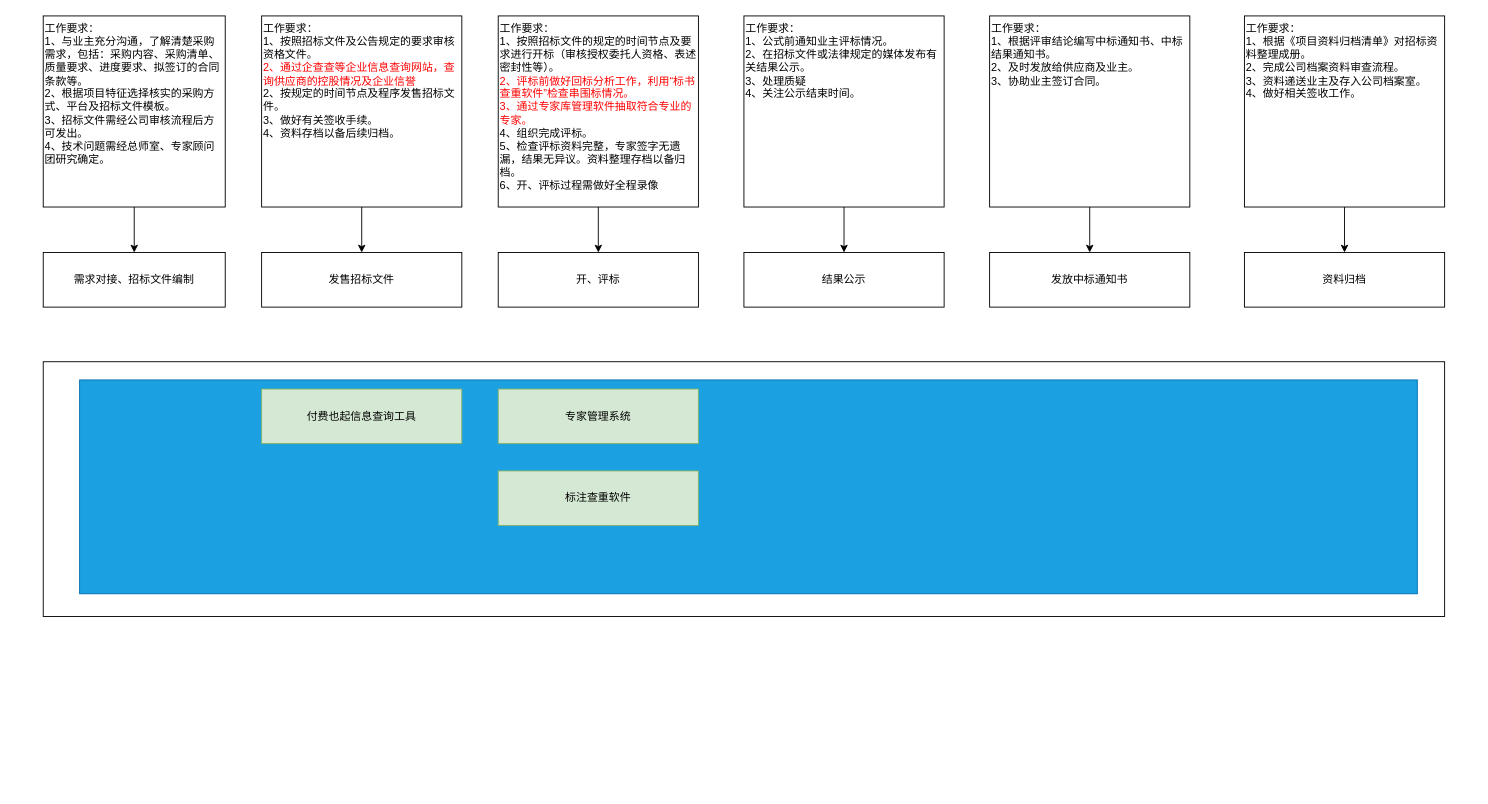
The draw.io diagram 控控图.drawio in 26awen/drawiofiles, before the edit. Source tidied: cells renumbered, new cells numbered last; positions are measured from the earlier drawing's top-left corner, leaving out a move shared by most shapes. Both pictures are drawn from the tidied source at 91%, with x=0, y=0 at pixel (43, 15).
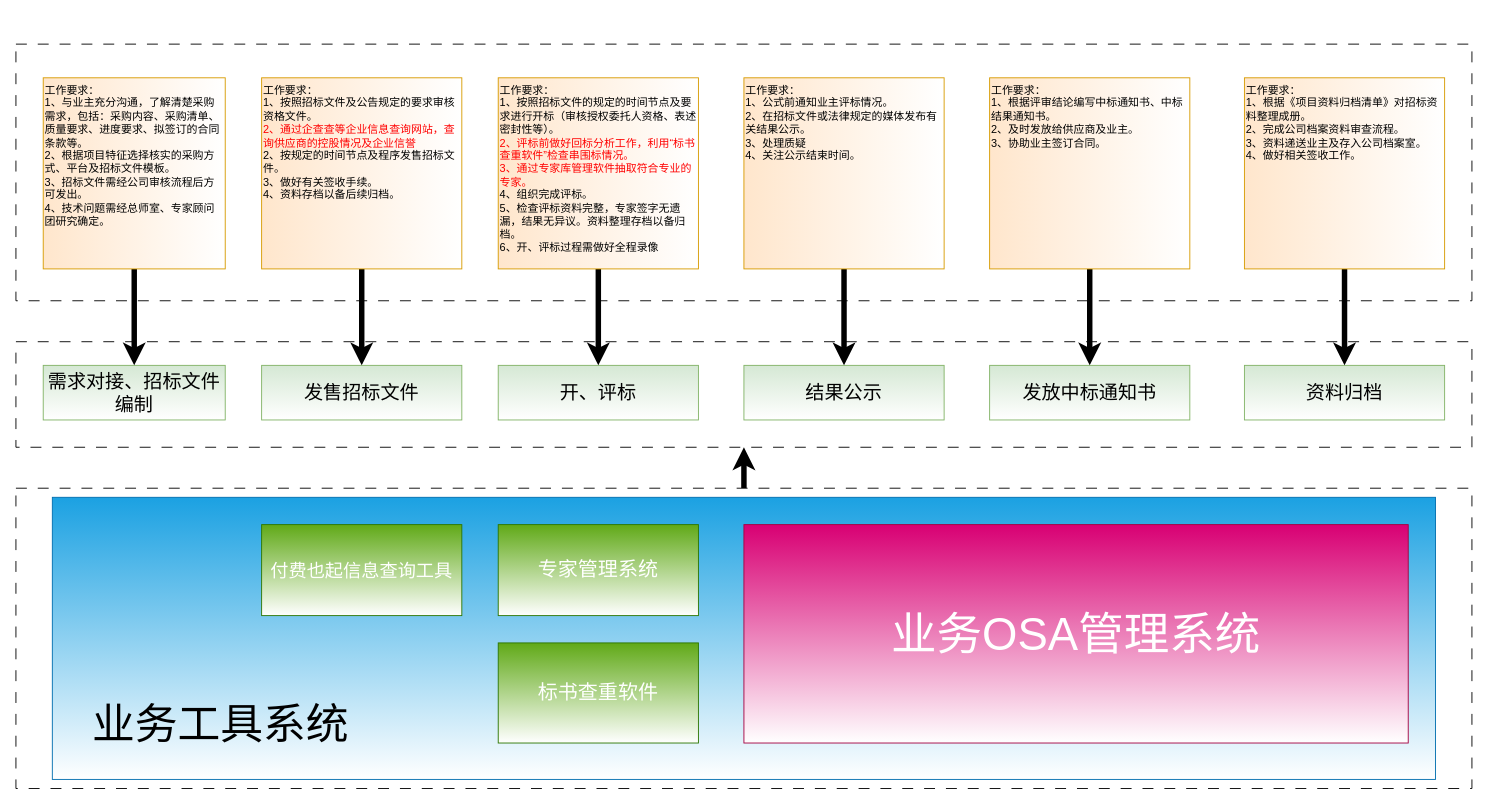
After the change.

Commit message (it also covers changes not shown here):
更新控控图.drawio

Diff of the diagram source:
```diff
@@
+    <mxCell id="25" style="rounded=0;whiteSpace=wrap;html=1;dashed=1;dashPattern=12 12;" parent="1" vertex="1">
+      <mxGeometry x="-30" y="31" width="1600" height="282" as="geometry" />
+    </mxCell>
+    <mxCell id="26" style="rounded=0;whiteSpace=wrap;html=1;dashed=1;dashPattern=12 12;" parent="1" vertex="1">
+      <mxGeometry x="-30" y="358" width="1600" height="116" as="geometry" />
+    </mxCell>
-    <mxCell id="2" value="需求对接、招标文件编制" style="rounded=0;whiteSpace=wrap;html=1;" parent="1" vertex="1">
-      <mxGeometry y="260" width="200" height="60" as="geometry" />
+    <mxCell id="2" value="需求对接、招标文件编制" style="rounded=0;whiteSpace=wrap;html=1;fontSize=21;fillStyle=zigzag-line;fillColor=#d5e8d4;strokeColor=#82b366;gradientColor=#FFFFFF;" parent="1" vertex="1">
+      <mxGeometry y="384" width="200" height="60" as="geometry" />
     </mxCell>
-    <mxCell id="3" value="发售招标文件" style="rounded=0;whiteSpace=wrap;html=1;" parent="1" vertex="1">
-      <mxGeometry x="240" y="260" width="220" height="60" as="geometry" />
+    <mxCell id="3" value="发售招标文件" style="rounded=0;whiteSpace=wrap;html=1;fontSize=21;fillStyle=zigzag-line;fillColor=#d5e8d4;strokeColor=#82b366;gradientColor=#FFFFFF;" parent="1" vertex="1">
+      <mxGeometry x="240" y="384" width="220" height="60" as="geometry" />
     </mxCell>
-    <mxCell id="4" value="开、评标" style="rounded=0;whiteSpace=wrap;html=1;" parent="1" vertex="1">
-      <mxGeometry x="500" y="260" width="220" height="60" as="geometry" />
+    <mxCell id="4" value="开、评标" style="rounded=0;whiteSpace=wrap;html=1;fontSize=21;fillStyle=zigzag-line;fillColor=#d5e8d4;strokeColor=#82b366;gradientColor=#FFFFFF;" parent="1" vertex="1">
+      <mxGeometry x="500" y="384" width="220" height="60" as="geometry" />
     </mxCell>
-    <mxCell id="5" value="结果公示" style="rounded=0;whiteSpace=wrap;html=1;" parent="1" vertex="1">
-      <mxGeometry x="770" y="260" width="220" height="60" as="geometry" />
+    <mxCell id="5" value="结果公示" style="rounded=0;whiteSpace=wrap;html=1;fontSize=21;fillStyle=zigzag-line;fillColor=#d5e8d4;strokeColor=#82b366;gradientColor=#FFFFFF;" parent="1" vertex="1">
+      <mxGeometry x="770" y="384" width="220" height="60" as="geometry" />
     </mxCell>
-    <mxCell id="6" value="发放中标通知书" style="rounded=0;whiteSpace=wrap;html=1;" parent="1" vertex="1">
-      <mxGeometry x="1040" y="260" width="220" height="60" as="geometry" />
+    <mxCell id="6" value="发放中标通知书" style="rounded=0;whiteSpace=wrap;html=1;fontSize=21;fillColor=#d5e8d4;strokeColor=#82b366;fillStyle=zigzag-line;gradientColor=#FFFFFF;" parent="1" vertex="1">
+      <mxGeometry x="1040" y="384" width="220" height="60" as="geometry" />
     </mxCell>
-    <mxCell id="7" style="edgeStyle=orthogonalEdgeStyle;rounded=0;jettySize=auto;html=1;exitX=0.5;exitY=1;exitDx=0;exitDy=0;entryX=0.5;entryY=0;entryDx=0;entryDy=0;" parent="1" edge="1" source="8" target="2">
+    <mxCell id="7" style="edgeStyle=orthogonalEdgeStyle;rounded=0;jettySize=auto;html=1;exitX=0.5;exitY=1;exitDx=0;exitDy=0;entryX=0.5;entryY=0;entryDx=0;entryDy=0;strokeWidth=6;" parent="1" edge="1" source="8" target="2">
       <mxGeometry relative="1" as="geometry" />
     </mxCell>
-    <mxCell id="8" value="&lt;div style=&quot;&quot;&gt;&lt;span style=&quot;background-color: initial;&quot;&gt;工作要求：&lt;/span&gt;&lt;/div&gt;1、与业主充分沟通，了解清楚采购需求，包括：采购内容、采购清单、质量要求、进度要求、拟签订的合同条款等。&lt;br&gt;2、根据项目特征选择核实的采购方式、平台及招标文件模板。&lt;br&gt;3、招标文件需经公司审核流程后方可发出。&lt;br&gt;4、技术问题需经总师室、专家顾问团研究确定。" style="rounded=0;whiteSpace=wrap;html=1;align=left;verticalAlign=top;" parent="1" vertex="1">
-      <mxGeometry width="200" height="210" as="geometry" />
+    <mxCell id="8" value="&lt;div style=&quot;&quot;&gt;&lt;span style=&quot;background-color: initial;&quot;&gt;工作要求：&lt;/span&gt;&lt;/div&gt;1、与业主充分沟通，了解清楚采购需求，包括：采购内容、采购清单、质量要求、进度要求、拟签订的合同条款等。&lt;br&gt;2、根据项目特征选择核实的采购方式、平台及招标文件模板。&lt;br&gt;3、招标文件需经公司审核流程后方可发出。&lt;br&gt;4、技术问题需经总师室、专家顾问团研究确定。" style="rounded=0;whiteSpace=wrap;html=1;align=left;verticalAlign=top;fillColor=#ffe6cc;strokeColor=#d79b00;gradientDirection=east;gradientColor=#FFFFFF;" parent="1" vertex="1">
+      <mxGeometry y="68" width="200" height="210" as="geometry" />
     </mxCell>
-    <mxCell id="9" style="edgeStyle=orthogonalEdgeStyle;rounded=0;jettySize=auto;html=1;exitX=0.5;exitY=1;exitDx=0;exitDy=0;entryX=0.5;entryY=0;entryDx=0;entryDy=0;" parent="1" edge="1" source="10" target="3">
+    <mxCell id="9" style="edgeStyle=orthogonalEdgeStyle;rounded=0;jettySize=auto;html=1;exitX=0.5;exitY=1;exitDx=0;exitDy=0;entryX=0.5;entryY=0;entryDx=0;entryDy=0;strokeWidth=6;" parent="1" edge="1" source="10" target="3">
       <mxGeometry relative="1" as="geometry" />
     </mxCell>
-    <mxCell id="10" value="&lt;div style=&quot;&quot;&gt;&lt;span style=&quot;background-color: initial;&quot;&gt;工作要求：&lt;/span&gt;&lt;/div&gt;1、按照招标文件及公告规定的要求审核资格文件。&lt;br&gt;&lt;font color=&quot;#ff0000&quot;&gt;2、通过企查查等企业信息查询网站，查询供应商的控股情况及企业信誉&lt;/font&gt;&lt;br&gt;2、按规定的时间节点及程序发售招标文件。&lt;br&gt;3、做好有关签收手续。&lt;br&gt;4、资料存档以备后续归档。" style="rounded=0;whiteSpace=wrap;html=1;align=left;verticalAlign=top;" parent="1" vertex="1">
-      <mxGeometry x="240" width="220" height="210" as="geometry" />
+    <mxCell id="10" value="&lt;div style=&quot;&quot;&gt;&lt;span style=&quot;background-color: initial;&quot;&gt;工作要求：&lt;/span&gt;&lt;/div&gt;1、按照招标文件及公告规定的要求审核资格文件。&lt;br&gt;&lt;font color=&quot;#ff0000&quot;&gt;2、通过企查查等企业信息查询网站，查询供应商的控股情况及企业信誉&lt;/font&gt;&lt;br&gt;2、按规定的时间节点及程序发售招标文件。&lt;br&gt;3、做好有关签收手续。&lt;br&gt;4、资料存档以备后续归档。" style="rounded=0;whiteSpace=wrap;html=1;align=left;verticalAlign=top;fillColor=#ffe6cc;strokeColor=#d79b00;gradientDirection=east;gradientColor=#FFFFFF;" parent="1" vertex="1">
+      <mxGeometry x="240" y="68" width="220" height="210" as="geometry" />
     </mxCell>
-    <mxCell id="11" style="edgeStyle=orthogonalEdgeStyle;rounded=0;jettySize=auto;html=1;exitX=0.5;exitY=1;exitDx=0;exitDy=0;entryX=0.5;entryY=0;entryDx=0;entryDy=0;" parent="1" edge="1" source="12" target="4">
+    <mxCell id="11" style="edgeStyle=orthogonalEdgeStyle;rounded=0;jettySize=auto;html=1;exitX=0.5;exitY=1;exitDx=0;exitDy=0;entryX=0.5;entryY=0;entryDx=0;entryDy=0;strokeWidth=6;" parent="1" edge="1" source="12" target="4">
       <mxGeometry relative="1" as="geometry" />
     </mxCell>
-    <mxCell id="12" value="&lt;div style=&quot;&quot;&gt;&lt;span style=&quot;background-color: initial;&quot;&gt;工作要求：&lt;/span&gt;&lt;/div&gt;1、按照招标文件的规定的时间节点及要求进行开标（审核授权委托人资格、表述密封性等）。&lt;br&gt;&lt;font color=&quot;#ff0000&quot;&gt;2、评标前做好回标分析工作，利用“标书查重软件”检查串围标情况。&lt;/font&gt;&lt;br&gt;&lt;font color=&quot;#ff0000&quot;&gt;3、通过专家库管理软件抽取符合专业的专家。&lt;/font&gt;&lt;br&gt;4、组织完成评标。&lt;br&gt;5、检查评标资料完整，专家签字无遗漏，结果无异议。资料整理存档以备归档。&lt;br&gt;6、开、评标过程需做好全程录像" style="rounded=0;whiteSpace=wrap;html=1;align=left;verticalAlign=top;" parent="1" vertex="1">
-      <mxGeometry x="500" width="220" height="210" as="geometry" />
+    <mxCell id="12" value="&lt;div style=&quot;&quot;&gt;&lt;span style=&quot;background-color: initial;&quot;&gt;工作要求：&lt;/span&gt;&lt;/div&gt;1、按照招标文件的规定的时间节点及要求进行开标（审核授权委托人资格、表述密封性等）。&lt;br&gt;&lt;font color=&quot;#ff0000&quot;&gt;2、评标前做好回标分析工作，利用“标书查重软件”检查串围标情况。&lt;/font&gt;&lt;br&gt;&lt;font color=&quot;#ff0000&quot;&gt;3、通过专家库管理软件抽取符合专业的专家。&lt;/font&gt;&lt;br&gt;4、组织完成评标。&lt;br&gt;5、检查评标资料完整，专家签字无遗漏，结果无异议。资料整理存档以备归档。&lt;br&gt;6、开、评标过程需做好全程录像" style="rounded=0;whiteSpace=wrap;html=1;align=left;verticalAlign=top;fillColor=#ffe6cc;strokeColor=#d79b00;gradientDirection=east;gradientColor=#FFFFFF;" parent="1" vertex="1">
+      <mxGeometry x="500" y="68" width="220" height="210" as="geometry" />
     </mxCell>
-    <mxCell id="13" style="edgeStyle=orthogonalEdgeStyle;rounded=0;jettySize=auto;html=1;exitX=0.5;exitY=1;exitDx=0;exitDy=0;entryX=0.5;entryY=0;entryDx=0;entryDy=0;" parent="1" edge="1" source="14" target="5">
+    <mxCell id="13" style="edgeStyle=orthogonalEdgeStyle;rounded=0;jettySize=auto;html=1;exitX=0.5;exitY=1;exitDx=0;exitDy=0;entryX=0.5;entryY=0;entryDx=0;entryDy=0;strokeWidth=6;" parent="1" edge="1" source="14" target="5">
       <mxGeometry relative="1" as="geometry" />
     </mxCell>
-    <mxCell id="14" value="&lt;div style=&quot;&quot;&gt;&lt;span style=&quot;background-color: initial;&quot;&gt;工作要求：&lt;/span&gt;&lt;/div&gt;1、公式前通知业主评标情况。&lt;br&gt;2、在招标文件或法律规定的媒体发布有关结果公示。&lt;br&gt;3、处理质疑&lt;br&gt;4、关注公示结束时间。" style="rounded=0;whiteSpace=wrap;html=1;align=left;verticalAlign=top;" parent="1" vertex="1">
-      <mxGeometry x="770" width="220" height="210" as="geometry" />
+    <mxCell id="14" value="&lt;div style=&quot;&quot;&gt;&lt;span style=&quot;background-color: initial;&quot;&gt;工作要求：&lt;/span&gt;&lt;/div&gt;1、公式前通知业主评标情况。&lt;br&gt;2、在招标文件或法律规定的媒体发布有关结果公示。&lt;br&gt;3、处理质疑&lt;br&gt;4、关注公示结束时间。" style="rounded=0;whiteSpace=wrap;html=1;align=left;verticalAlign=top;fillColor=#ffe6cc;strokeColor=#d79b00;gradientDirection=east;gradientColor=#FFFFFF;" parent="1" vertex="1">
+      <mxGeometry x="770" y="68" width="220" height="210" as="geometry" />
     </mxCell>
-    <mxCell id="15" value="资料归档" style="rounded=0;whiteSpace=wrap;html=1;" parent="1" vertex="1">
-      <mxGeometry x="1320" y="260" width="220" height="60" as="geometry" />
+    <mxCell id="15" value="资料归档" style="rounded=0;whiteSpace=wrap;html=1;fontSize=21;fillStyle=zigzag-line;fillColor=#d5e8d4;strokeColor=#82b366;gradientColor=#FFFFFF;" parent="1" vertex="1">
+      <mxGeometry x="1320" y="384" width="220" height="60" as="geometry" />
     </mxCell>
-    <mxCell id="16" style="edgeStyle=orthogonalEdgeStyle;rounded=0;jettySize=auto;html=1;exitX=0.5;exitY=1;exitDx=0;exitDy=0;entryX=0.5;entryY=0;entryDx=0;entryDy=0;" parent="1" edge="1" source="17" target="6">
+    <mxCell id="16" style="edgeStyle=orthogonalEdgeStyle;rounded=0;jettySize=auto;html=1;exitX=0.5;exitY=1;exitDx=0;exitDy=0;entryX=0.5;entryY=0;entryDx=0;entryDy=0;strokeWidth=6;" parent="1" edge="1" source="17" target="6">
       <mxGeometry relative="1" as="geometry" />
     </mxCell>
-    <mxCell id="17" value="&lt;div style=&quot;&quot;&gt;&lt;span style=&quot;background-color: initial;&quot;&gt;工作要求：&lt;/span&gt;&lt;/div&gt;1、根据评审结论编写中标通知书、中标结果通知书。&lt;br&gt;2、及时发放给供应商及业主。&lt;br&gt;3、协助业主签订合同。" style="rounded=0;whiteSpace=wrap;html=1;align=left;verticalAlign=top;" parent="1" vertex="1">
-      <mxGeometry x="1040" width="220" height="210" as="geometry" />
+    <mxCell id="17" value="&lt;div style=&quot;&quot;&gt;&lt;span style=&quot;background-color: initial;&quot;&gt;工作要求：&lt;/span&gt;&lt;/div&gt;1、根据评审结论编写中标通知书、中标结果通知书。&lt;br&gt;2、及时发放给供应商及业主。&lt;br&gt;3、协助业主签订合同。" style="rounded=0;whiteSpace=wrap;html=1;align=left;verticalAlign=top;fillColor=#ffe6cc;strokeColor=#d79b00;gradientDirection=east;gradientColor=#FFFFFF;" parent="1" vertex="1">
+      <mxGeometry x="1040" y="68" width="220" height="210" as="geometry" />
     </mxCell>
+    <mxCell id="27" style="edgeStyle=orthogonalEdgeStyle;rounded=0;jettySize=auto;html=1;exitX=0.5;exitY=0;exitDx=0;exitDy=0;entryX=0.5;entryY=1;entryDx=0;entryDy=0;strokeWidth=6;" parent="1" edge="1" source="18" target="26">
+      <mxGeometry relative="1" as="geometry" />
+    </mxCell>
-    <mxCell id="18" style="rounded=0;whiteSpace=wrap;html=1;" parent="1" vertex="1">
-      <mxGeometry y="380" width="1540" height="280" as="geometry" />
+    <mxCell id="18" style="rounded=0;whiteSpace=wrap;html=1;dashed=1;dashPattern=12 12;" parent="1" vertex="1">
+      <mxGeometry x="-30" y="519" width="1600" height="330" as="geometry" />
     </mxCell>
-    <mxCell id="19" style="edgeStyle=orthogonalEdgeStyle;rounded=0;jettySize=auto;html=1;exitX=0.5;exitY=1;exitDx=0;exitDy=0;entryX=0.5;entryY=0;entryDx=0;entryDy=0;" parent="1" edge="1" source="20" target="15">
+    <mxCell id="19" style="edgeStyle=orthogonalEdgeStyle;rounded=0;jettySize=auto;html=1;exitX=0.5;exitY=1;exitDx=0;exitDy=0;entryX=0.5;entryY=0;entryDx=0;entryDy=0;strokeWidth=6;" parent="1" edge="1" source="20" target="15">
       <mxGeometry relative="1" as="geometry" />
     </mxCell>
-    <mxCell id="20" value="&lt;div style=&quot;&quot;&gt;&lt;span style=&quot;background-color: initial;&quot;&gt;工作要求：&lt;/span&gt;&lt;/div&gt;1、根据《项目资料归档清单》对招标资料整理成册。&lt;br&gt;2、完成公司档案资料审查流程。&lt;br&gt;3、资料递送业主及存入公司档案室。&lt;br&gt;4、做好相关签收工作。" style="rounded=0;whiteSpace=wrap;html=1;align=left;verticalAlign=top;" parent="1" vertex="1">
-      <mxGeometry x="1320" width="220" height="210" as="geometry" />
+    <mxCell id="20" value="&lt;div style=&quot;&quot;&gt;&lt;span style=&quot;background-color: initial;&quot;&gt;工作要求：&lt;/span&gt;&lt;/div&gt;1、根据《项目资料归档清单》对招标资料整理成册。&lt;br&gt;2、完成公司档案资料审查流程。&lt;br&gt;3、资料递送业主及存入公司档案室。&lt;br&gt;4、做好相关签收工作。" style="rounded=0;whiteSpace=wrap;html=1;align=left;verticalAlign=top;fillColor=#ffe6cc;strokeColor=#d79b00;gradientDirection=east;gradientColor=#FFFFFF;" parent="1" vertex="1">
+      <mxGeometry x="1320" y="68" width="220" height="210" as="geometry" />
     </mxCell>
-    <mxCell id="21" style="rounded=0;whiteSpace=wrap;html=1;fillColor=#1ba1e2;strokeColor=#006EAF;fontColor=#ffffff;" parent="1" vertex="1">
-      <mxGeometry x="40" y="400" width="1470" height="235" as="geometry" />
+    <mxCell id="21" style="rounded=0;whiteSpace=wrap;html=1;fillColor=#1ba1e2;strokeColor=#006EAF;fontColor=#ffffff;gradientColor=#FFFFFF;" parent="1" vertex="1">
+      <mxGeometry x="10" y="529" width="1520" height="310" as="geometry" />
     </mxCell>
-    <mxCell id="22" value="付费也起信息查询工具" style="rounded=0;whiteSpace=wrap;html=1;fillColor=#d5e8d4;strokeColor=#82b366;" parent="1" vertex="1">
-      <mxGeometry x="240" y="410" width="220" height="60" as="geometry" />
+    <mxCell id="22" value="&lt;font style=&quot;font-size: 20px;&quot;&gt;付费也起信息查询工具&lt;/font&gt;" style="rounded=0;whiteSpace=wrap;html=1;fillColor=#60a917;strokeColor=#2D7600;fontColor=#ffffff;fontSize=20;gradientColor=#FFFFFF;" parent="1" vertex="1">
+      <mxGeometry x="240" y="559" width="220" height="100" as="geometry" />
     </mxCell>
-    <mxCell id="23" value="专家管理系统" style="rounded=0;whiteSpace=wrap;html=1;fillColor=#d5e8d4;strokeColor=#82b366;" parent="1" vertex="1">
-      <mxGeometry x="500" y="410" width="220" height="60" as="geometry" />
+    <mxCell id="23" value="专家管理系统" style="rounded=0;whiteSpace=wrap;html=1;fillColor=#60a917;strokeColor=#2D7600;fontColor=#ffffff;fontSize=22;gradientColor=#FFFFFF;" parent="1" vertex="1">
+      <mxGeometry x="500" y="559" width="220" height="100" as="geometry" />
     </mxCell>
-    <mxCell id="24" value="标注查重软件" style="rounded=0;whiteSpace=wrap;html=1;fillColor=#d5e8d4;strokeColor=#82b366;" parent="1" vertex="1">
-      <mxGeometry x="500" y="500" width="220" height="60" as="geometry" />
+    <mxCell id="24" value="标书查重软件" style="rounded=0;whiteSpace=wrap;html=1;fillColor=#60a917;strokeColor=#2D7600;fontColor=#ffffff;fontSize=22;gradientColor=#FFFFFF;" parent="1" vertex="1">
+      <mxGeometry x="500" y="689" width="220" height="110" as="geometry" />
     </mxCell>
+    <mxCell id="28" value="&lt;font style=&quot;font-size: 50px;&quot;&gt;业务OSA管理系统&lt;br&gt;&lt;/font&gt;" style="rounded=0;whiteSpace=wrap;html=1;fillColor=#d80073;fontColor=#ffffff;strokeColor=#A50040;gradientColor=#FFFFFF;" parent="1" vertex="1">
+      <mxGeometry x="770" y="559" width="730" height="240" as="geometry" />
+    </mxCell>
+    <mxCell id="29" value="业务工具系统" style="rounded=0;whiteSpace=wrap;html=1;fontSize=47;gradientColor=none;fillStyle=solid;opacity=0;fontColor=#000000;" parent="1" vertex="1">
+      <mxGeometry x="50" y="749" width="290" height="60" as="geometry" />
+    </mxCell>
```
